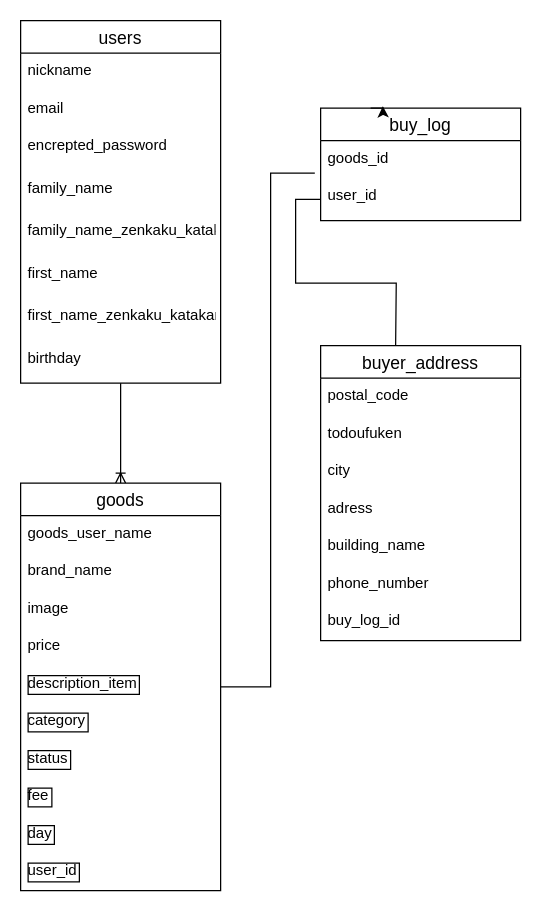
The draw.io diagram ER.dio in o-kun8228/furima-37097, before the edit. Source tidied: cells renumbered, new cells numbered last; positions are measured from the earlier drawing's top-left corner, leaving out a move shared by most shapes. Both pictures are drawn from the tidied source at 125%, with x=0, y=0 at pixel (20, 20).
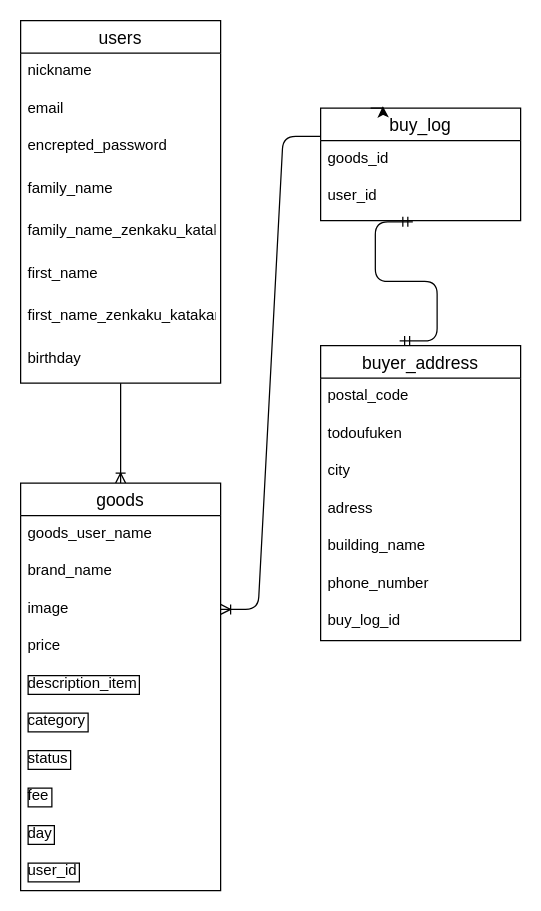
After the change.

Unchanged cells that the change refers to:
```xml
<mxCell id="14" value="goods" style="swimlane;fontStyle=0;horizontal=1;startSize=26;align=center;fontSize=14;" parent="1" vertex="1">
  <mxGeometry y="370" width="160" height="326" as="geometry" />
</mxCell>
<mxCell id="17" value="image" style="text;strokeColor=none;fillColor=none;spacingLeft=4;spacingRight=4;overflow=hidden;points=[[0,0.5],[1,0.5]];portConstraint=eastwest;fontSize=12;" parent="14" vertex="1">
  <mxGeometry y="86" width="160" height="30" as="geometry" />
</mxCell>
<mxCell id="25" value="buy_log" style="swimlane;fontStyle=0;horizontal=1;startSize=26;align=center;fontSize=14;" parent="1" vertex="1">
  <mxGeometry x="240" y="70" width="160" height="90" as="geometry" />
</mxCell>
<mxCell id="26" value="goods_id" style="text;strokeColor=none;fillColor=none;spacingLeft=4;spacingRight=4;overflow=hidden;points=[[0,0.5],[1,0.5]];portConstraint=eastwest;fontSize=12;" parent="25" vertex="1">
  <mxGeometry y="26" width="160" height="30" as="geometry" />
</mxCell>
<mxCell id="27" value="user_id" style="text;strokeColor=none;fillColor=none;spacingLeft=4;spacingRight=4;overflow=hidden;points=[[0,0.5],[1,0.5]];portConstraint=eastwest;fontSize=12;" parent="25" vertex="1">
  <mxGeometry y="56" width="160" height="34" as="geometry" />
</mxCell>
<mxCell id="28" value="buyer_address" style="swimlane;fontStyle=0;horizontal=1;startSize=26;align=center;fontSize=14;" parent="1" vertex="1">
  <mxGeometry x="240" y="260" width="160" height="236" as="geometry" />
</mxCell>
```

Change to the diagram source:
```diff
@@
-    <mxCell id="13" style="edgeStyle=orthogonalEdgeStyle;rounded=0;jettySize=auto;html=1;exitX=1;exitY=0.5;exitDx=0;exitDy=0;endArrow=none;endFill=0;entryX=-0.029;entryY=0.867;entryDx=0;entryDy=0;entryPerimeter=0;" parent="1" edge="1" source="14" target="26">
-      <mxGeometry relative="1" as="geometry" />
-    </mxCell>
@@
-    <mxCell id="37" style="edgeStyle=orthogonalEdgeStyle;rounded=0;jettySize=auto;html=1;endArrow=none;endFill=0;" parent="1" edge="1" source="27">
-      <mxGeometry relative="1" as="geometry">
-        <mxPoint x="300" y="260" as="targetPoint" />
-      </mxGeometry>
-    </mxCell>
+    <mxCell id="38" style="edgeStyle=entityRelationEdgeStyle;fontSize=12;html=1;endArrow=ERoneToMany;entryX=1;entryY=0.5;entryDx=0;entryDy=0;exitX=0;exitY=0.25;exitDx=0;exitDy=0;" parent="1" edge="1" source="25" target="17">
+      <mxGeometry relative="1" as="geometry" />
+    </mxCell>
+    <mxCell id="39" style="edgeStyle=entityRelationEdgeStyle;fontSize=12;html=1;endArrow=ERmandOne;startArrow=ERmandOne;entryX=0.461;entryY=1.029;entryDx=0;entryDy=0;entryPerimeter=0;exitX=0.395;exitY=-0.016;exitDx=0;exitDy=0;exitPerimeter=0;" parent="1" edge="1" source="28" target="27">
+      <mxGeometry relative="1" as="geometry" />
+    </mxCell>
```
